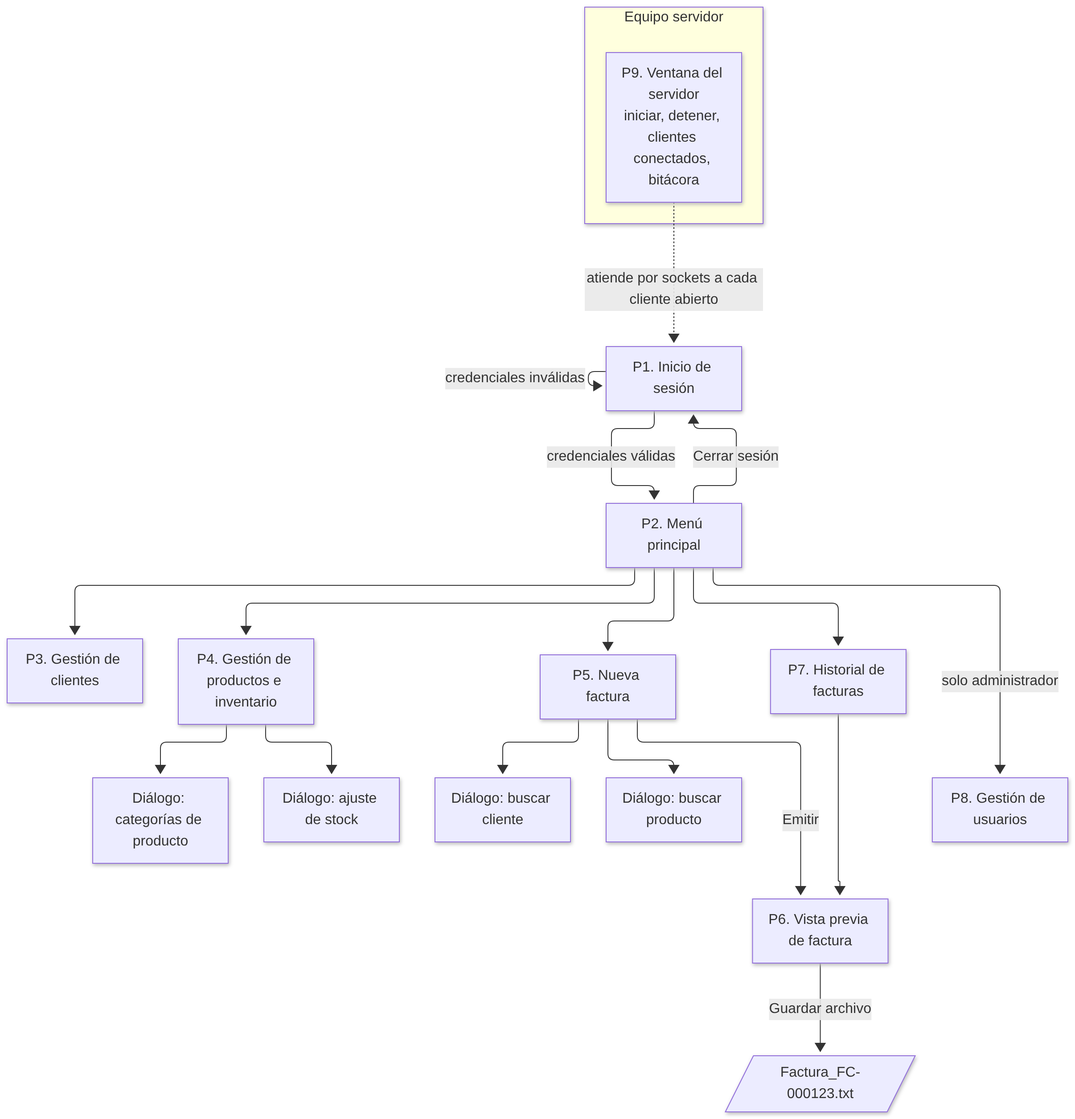
luisamri91/Avance1 keeps this Mermaid diagram as docs/img/05_navegacion.png. Above is the earlier version. Its source is kept beside it as docs/diagramas/05_navegacion.mmd.
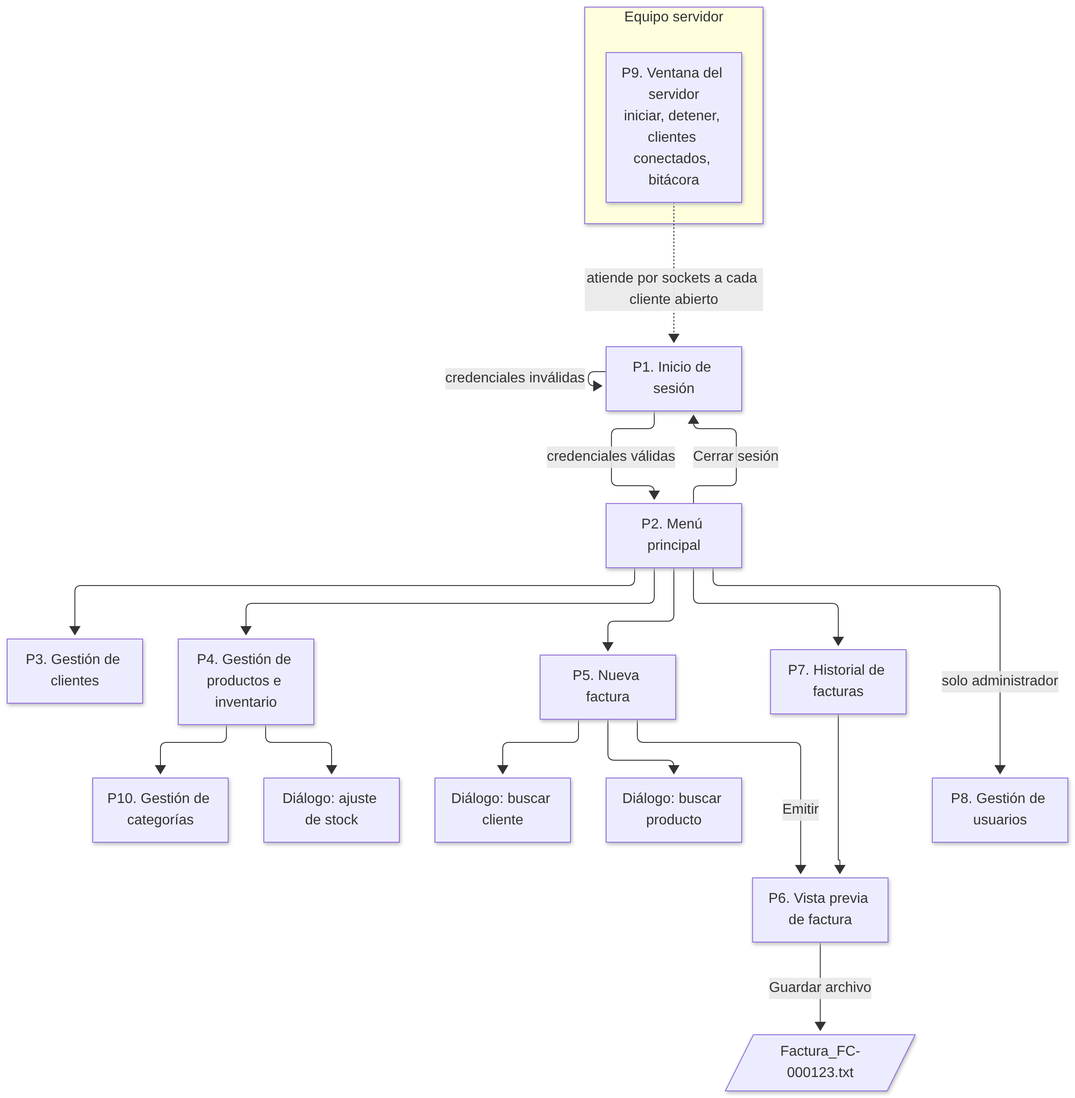
The same diagram one commit later.

The edit, as a diff of the source:
```diff
@@ -6,7 +6,7 @@
     M --> FA[P5. Nueva factura]
     M --> HI[P7. Historial de facturas]
     M -->|solo administrador| US[P8. Gestión de usuarios]
-    PR --> CA[Diálogo: categorías de producto]
+    PR --> CA[P10. Gestión de categorías]
     PR --> AJ[Diálogo: ajuste de stock]
     FA --> BC[Diálogo: buscar cliente]
     FA --> BP[Diálogo: buscar producto]
```
